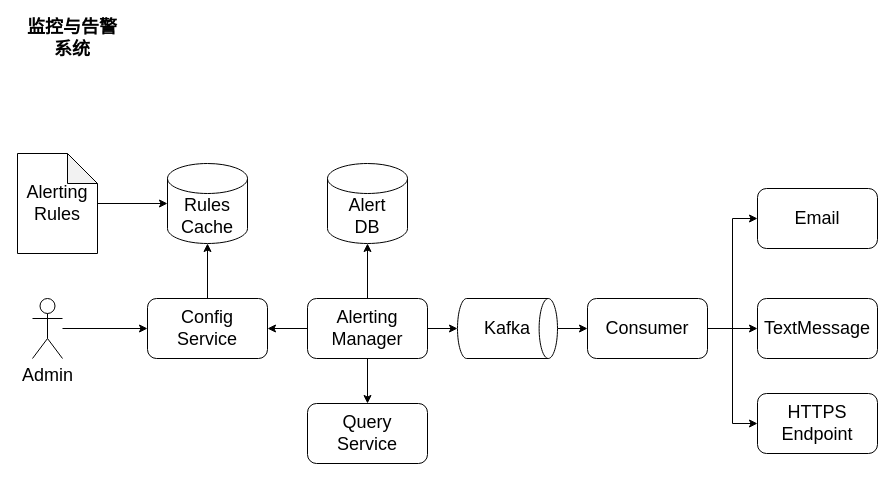
This is 未命名绘图.drawio from HinsonM/design_graph, a draw.io file, before an edit. Source tidied: cells renumbered, new cells numbered last; positions are measured from the earlier drawing's top-left corner, leaving out a move shared by most shapes. Both pictures are drawn from the tidied source at 100%, with x=0, y=0 at pixel (17, 23).
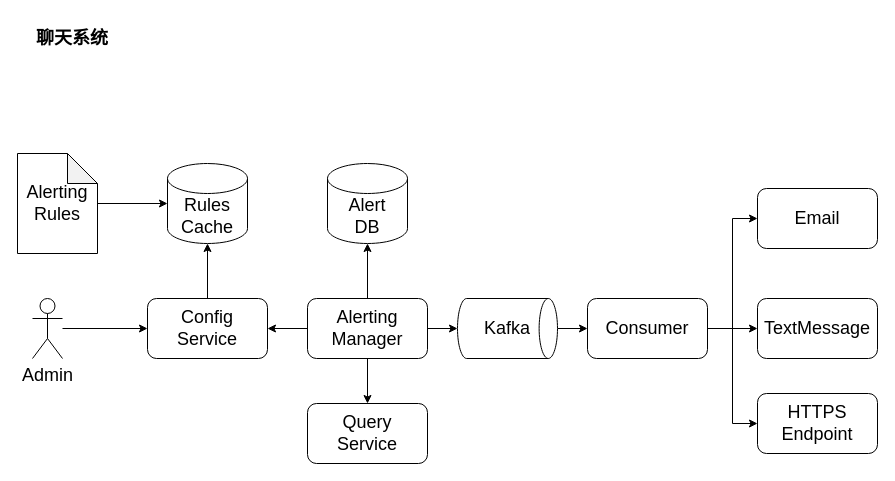
The same page after the edit.

The edit, as a diff of the source:
```diff
@@
-    <mxCell id="25" value="监控与告警&lt;br&gt;系统" style="text;html=1;strokeColor=none;fillColor=none;align=center;verticalAlign=middle;whiteSpace=wrap;rounded=0;fontStyle=1;fontSize=18;" parent="1" vertex="1">
+    <mxCell id="25" value="聊天系统" style="text;html=1;strokeColor=none;fillColor=none;align=center;verticalAlign=middle;whiteSpace=wrap;rounded=0;fontStyle=1;fontSize=18;" parent="1" vertex="1">
       <mxGeometry width="110" height="30" as="geometry" />
     </mxCell>
```
